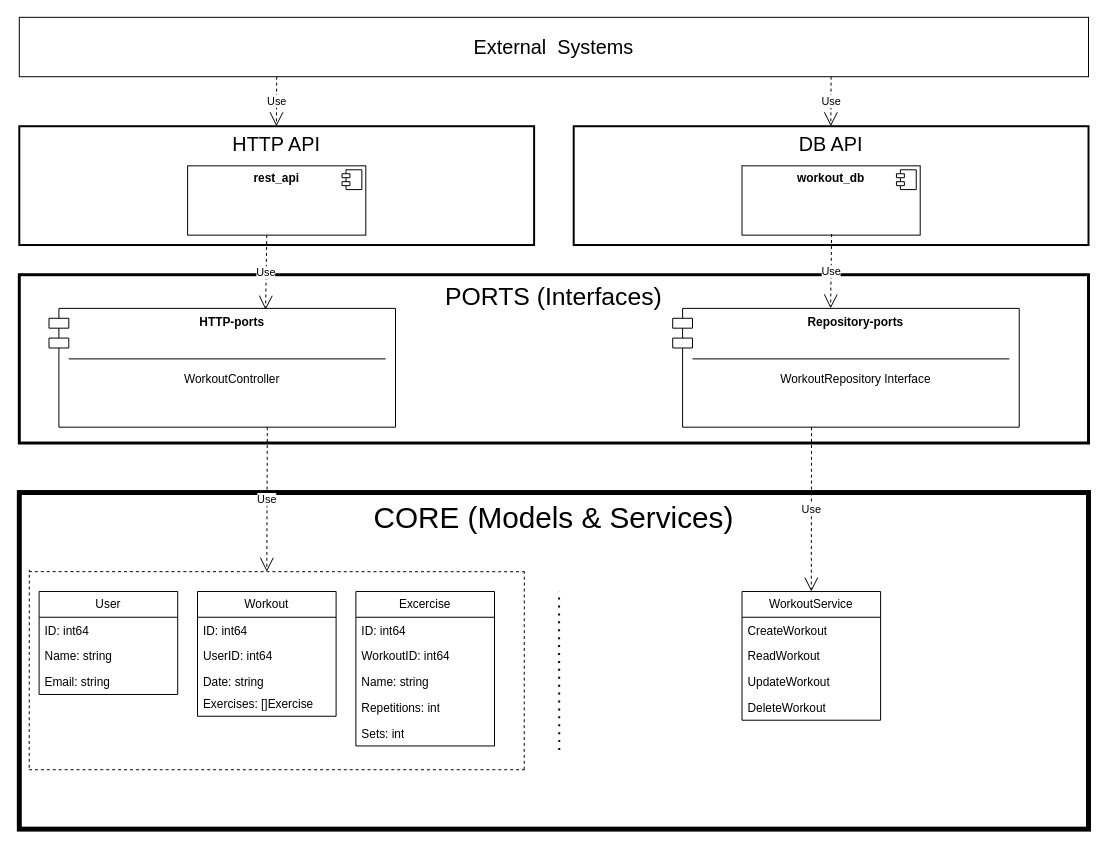
OleksiyKharkiv/workout-evo keeps this draw.io diagram as Architecture-workout-evo.drawio. Above is the earlier version. Source tidied: cells renumbered, new cells numbered last; positions are measured from the earlier drawing's top-left corner, leaving out a move shared by most shapes. Both pictures are drawn from the tidied source at 99%, with x=0, y=0 at pixel (19, 17).
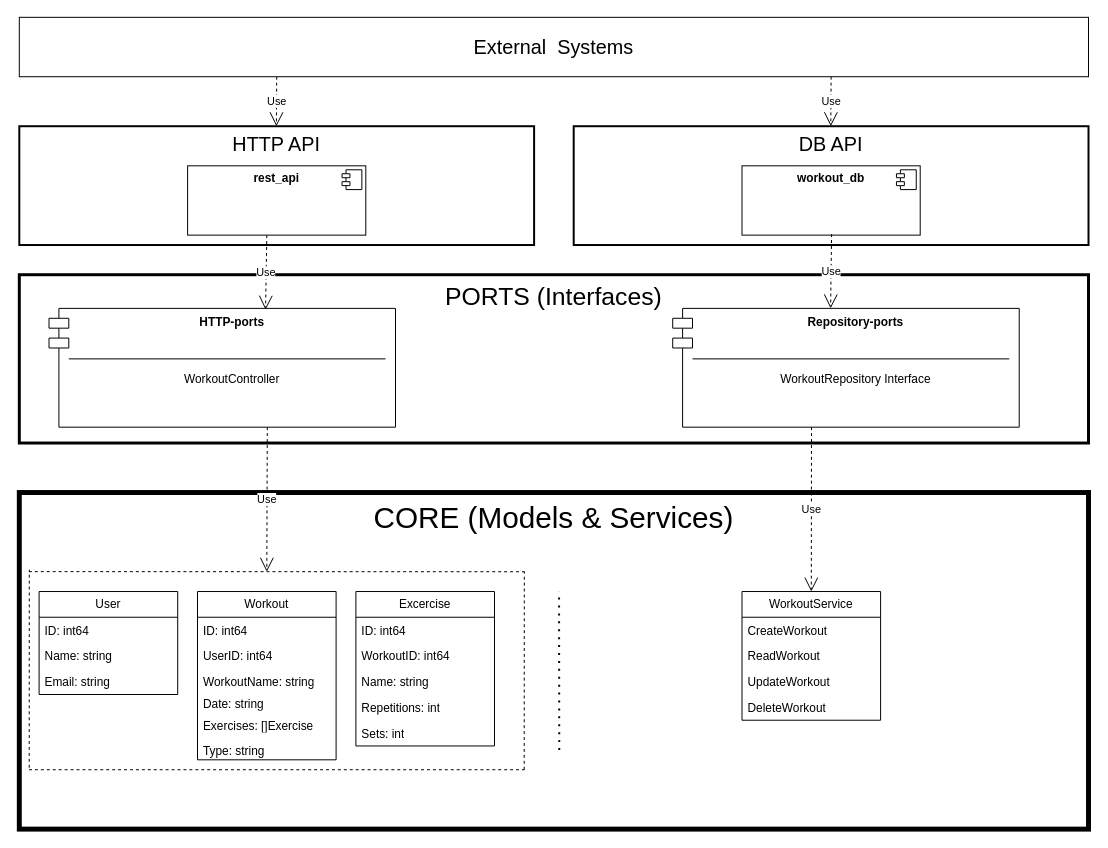
The same diagram, later.

What changed in the source:
```diff
@@
     <mxCell id="7" value="Workout" style="swimlane;fontStyle=0;horizontal=1;startSize=26;fillColor=none;whiteSpace=wrap;html=1;" parent="1" vertex="1">
-      <mxGeometry x="180" y="580" width="140" height="126" as="geometry" />
+      <mxGeometry x="180" y="580" width="140" height="170" as="geometry" />
     </mxCell>
@@
+    <mxCell id="46" value="WorkoutName: string" style="text;strokeColor=none;fillColor=none;align=left;verticalAlign=top;spacingLeft=4;spacingRight=4;overflow=hidden;whiteSpace=wrap;html=1;" parent="7" vertex="1">
+      <mxGeometry y="78" width="140" height="22" as="geometry" />
+    </mxCell>
     <mxCell id="10" value="Date: string" style="text;strokeColor=none;fillColor=none;align=left;verticalAlign=top;spacingLeft=4;spacingRight=4;overflow=hidden;whiteSpace=wrap;html=1;" parent="7" vertex="1">
-      <mxGeometry y="78" width="140" height="22" as="geometry" />
+      <mxGeometry y="100" width="140" height="22" as="geometry" />
     </mxCell>
     <mxCell id="11" value="Exercises: []Exercise" style="text;strokeColor=none;fillColor=none;align=left;verticalAlign=top;spacingLeft=4;spacingRight=4;overflow=hidden;whiteSpace=wrap;html=1;" parent="7" vertex="1">
-      <mxGeometry y="100" width="140" height="26" as="geometry" />
+      <mxGeometry y="122" width="140" height="26" as="geometry" />
     </mxCell>
+    <mxCell id="47" value="Type: string" style="text;strokeColor=none;fillColor=none;align=left;verticalAlign=top;spacingLeft=4;spacingRight=4;overflow=hidden;whiteSpace=wrap;html=1;" parent="7" vertex="1">
+      <mxGeometry y="148" width="140" height="22" as="geometry" />
+    </mxCell>
```
